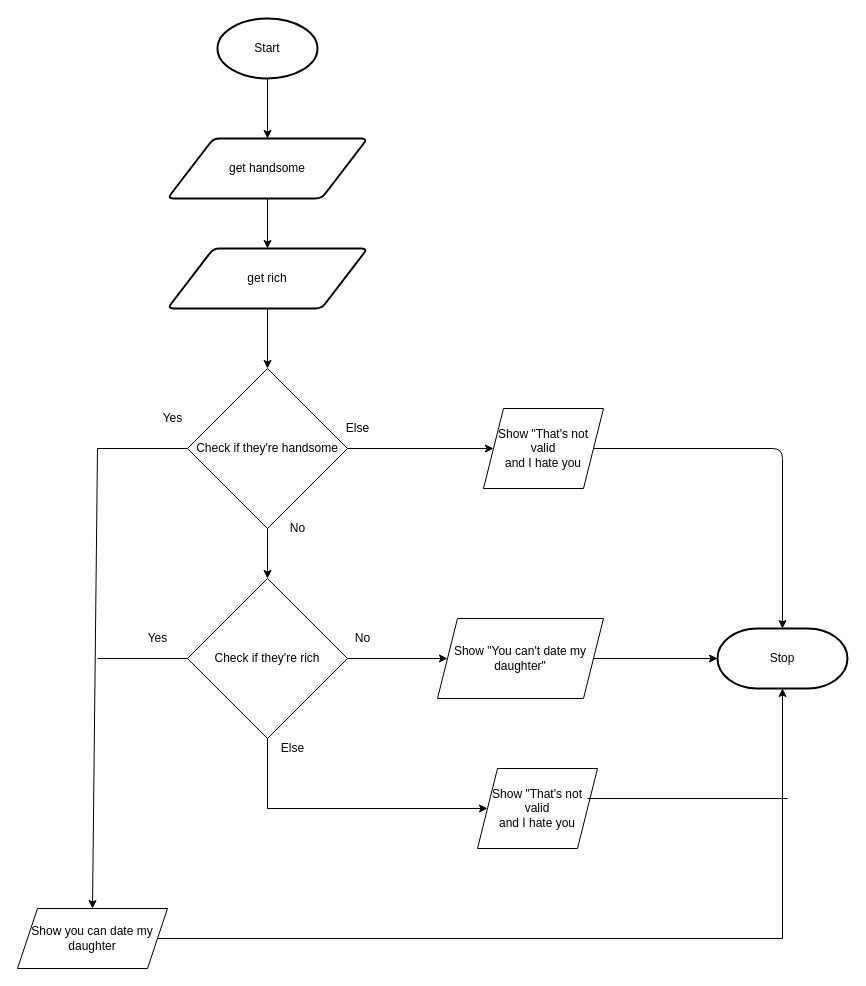
Above: flowchart.drawio in Ethan-Prieur1/ICS3U-Unit3-07-Python (draw.io), before the change. Source tidied: cells renumbered, new cells numbered last; positions are measured from the earlier drawing's top-left corner, leaving out a move shared by most shapes. Both pictures are drawn from the tidied source at 100%, with x=0, y=0 at pixel (17, 18).
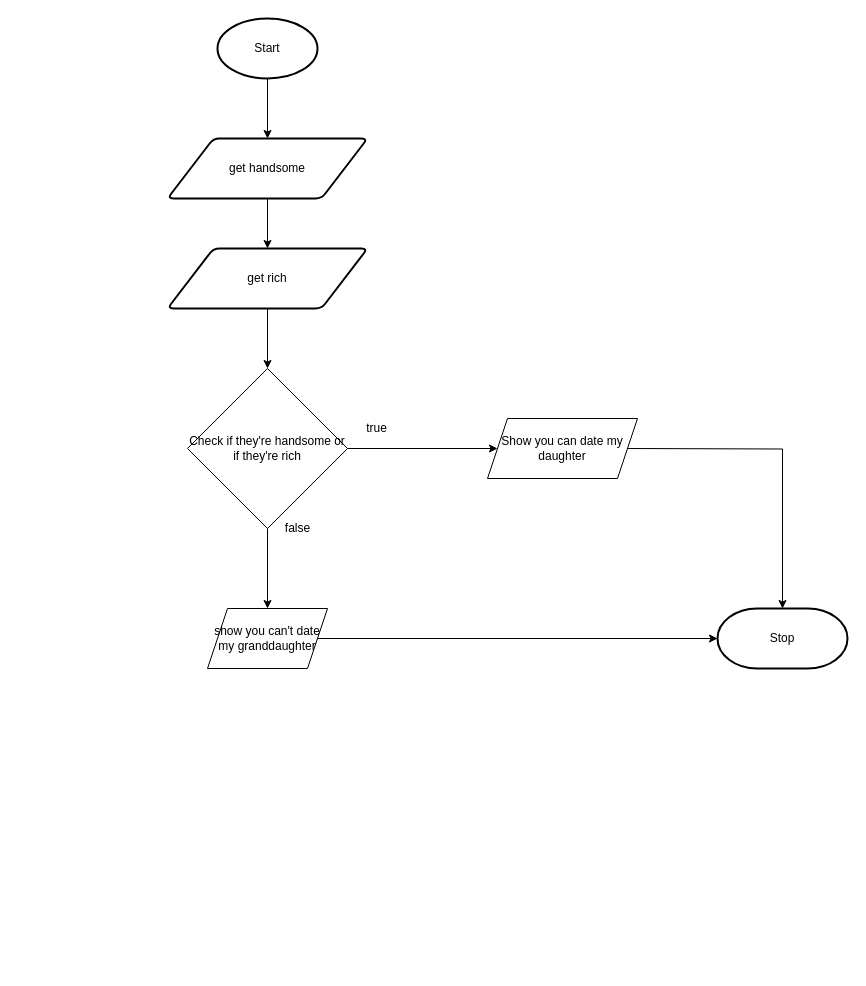
The same page after the edit.

Change to the diagram source:
```diff
@@
     <mxCell id="6" value="Stop" style="strokeWidth=2;html=1;shape=mxgraph.flowchart.terminator;whiteSpace=wrap;" parent="1" vertex="1">
-      <mxGeometry x="700" y="610" width="130" height="60" as="geometry" />
+      <mxGeometry x="700" y="590" width="130" height="60" as="geometry" />
     </mxCell>
@@
-    <mxCell id="9" style="edgeStyle=none;html=1;" parent="1" edge="1" source="11" target="14">
+    <mxCell id="9" style="edgeStyle=none;html=1;entryX=0.5;entryY=0;entryDx=0;entryDy=0;" parent="1" edge="1" source="11" target="30">
       <mxGeometry relative="1" as="geometry" />
     </mxCell>
-    <mxCell id="10" style="edgeStyle=none;html=1;" parent="1" edge="1" source="11" target="26">
-      <mxGeometry relative="1" as="geometry" />
+    <mxCell id="10" style="edgeStyle=none;html=1;" parent="1" edge="1" source="11">
+      <mxGeometry relative="1" as="geometry">
+        <mxPoint x="480" y="430" as="targetPoint" />
+      </mxGeometry>
     </mxCell>
-    <mxCell id="11" value="Check if they're handsome" style="rhombus;whiteSpace=wrap;html=1;" parent="1" vertex="1">
+    <mxCell id="11" value="Check if they're handsome or if they're rich" style="rhombus;whiteSpace=wrap;html=1;" parent="1" vertex="1">
       <mxGeometry x="170" y="350" width="160" height="160" as="geometry" />
     </mxCell>
-    <mxCell id="12" style="edgeStyle=none;html=1;" parent="1" edge="1" source="14" target="16">
-      <mxGeometry relative="1" as="geometry" />
-    </mxCell>
-    <mxCell id="13" style="edgeStyle=orthogonalEdgeStyle;html=1;exitX=0.5;exitY=1;exitDx=0;exitDy=0;entryX=0;entryY=0.5;entryDx=0;entryDy=0;rounded=0;" parent="1" edge="1" source="14" target="28">
-      <mxGeometry relative="1" as="geometry">
-        <Array as="points">
-          <mxPoint x="250" y="790" />
-        </Array>
-      </mxGeometry>
-    </mxCell>
-    <mxCell id="14" value="Check if they're rich" style="rhombus;whiteSpace=wrap;html=1;" parent="1" vertex="1">
-      <mxGeometry x="170" y="560" width="160" height="160" as="geometry" />
-    </mxCell>
-    <mxCell id="15" style="edgeStyle=none;html=1;" parent="1" edge="1" source="16" target="6">
-      <mxGeometry relative="1" as="geometry" />
-    </mxCell>
-    <mxCell id="16" value="Show &quot;You can't date my daughter&quot;" style="shape=parallelogram;perimeter=parallelogramPerimeter;whiteSpace=wrap;html=1;fixedSize=1;" parent="1" vertex="1">
-      <mxGeometry x="420" y="600" width="166" height="80" as="geometry" />
-    </mxCell>
-    <mxCell id="17" style="edgeStyle=orthogonalEdgeStyle;rounded=0;html=1;exitX=1;exitY=0.5;exitDx=0;exitDy=0;entryX=0.5;entryY=1;entryDx=0;entryDy=0;entryPerimeter=0;" parent="1" edge="1" source="18" target="6">
-      <mxGeometry relative="1" as="geometry" />
-    </mxCell>
     <mxCell id="18" value="Show you can date my daughter" style="shape=parallelogram;perimeter=parallelogramPerimeter;whiteSpace=wrap;html=1;fixedSize=1;" parent="1" vertex="1">
-      <mxGeometry y="890" width="150" height="60" as="geometry" />
+      <mxGeometry x="470" y="400" width="150" height="60" as="geometry" />
     </mxCell>
-    <mxCell id="19" style="endArrow=classic;html=1;rounded=0;exitX=0;exitY=0.5;exitDx=0;exitDy=0;entryX=0.5;entryY=0;entryDx=0;entryDy=0;" parent="1" edge="1" source="11" target="18">
-      <mxGeometry relative="1" as="geometry">
-        <Array as="points">
-          <mxPoint x="80" y="430" />
-        </Array>
-      </mxGeometry>
-    </mxCell>
-    <mxCell id="20" value="Yes" style="text;html=1;align=center;verticalAlign=middle;strokeColor=none;fillColor=none;" parent="1" vertex="1">
-      <mxGeometry x="135" y="390" width="40" height="20" as="geometry" />
+    <mxCell id="20" value="true" style="text;html=1;align=center;verticalAlign=middle;strokeColor=none;fillColor=none;" parent="1" vertex="1">
+      <mxGeometry x="339" y="400" width="40" height="20" as="geometry" />
     </mxCell>
-    <mxCell id="21" value="No" style="text;html=1;align=center;verticalAlign=middle;strokeColor=none;fillColor=none;" parent="1" vertex="1">
-      <mxGeometry x="265" y="500" width="30" height="20" as="geometry" />
+    <mxCell id="21" value="false" style="text;html=1;align=center;verticalAlign=middle;strokeColor=none;fillColor=none;" parent="1" vertex="1">
+      <mxGeometry x="260" y="500" width="40" height="20" as="geometry" />
     </mxCell>
-    <mxCell id="22" value="Yes" style="text;html=1;align=center;verticalAlign=middle;strokeColor=none;fillColor=none;" parent="1" vertex="1">
-      <mxGeometry x="120" y="610" width="40" height="20" as="geometry" />
-    </mxCell>
-    <mxCell id="23" value="No" style="text;html=1;align=center;verticalAlign=middle;strokeColor=none;fillColor=none;" parent="1" vertex="1">
-      <mxGeometry x="330" y="610" width="30" height="20" as="geometry" />
-    </mxCell>
-    <mxCell id="24" style="endArrow=none;html=1;exitX=0;exitY=0.5;exitDx=0;exitDy=0;" parent="1" edge="1" source="14">
-      <mxGeometry relative="1" as="geometry">
-        <mxPoint x="80" y="640" as="targetPoint" />
-      </mxGeometry>
-    </mxCell>
-    <mxCell id="25" style="edgeStyle=orthogonalEdgeStyle;html=1;exitX=1;exitY=0.5;exitDx=0;exitDy=0;entryX=0.5;entryY=0;entryDx=0;entryDy=0;entryPerimeter=0;" parent="1" edge="1" source="26" target="6">
-      <mxGeometry relative="1" as="geometry" />
+    <mxCell id="25" style="edgeStyle=orthogonalEdgeStyle;html=1;entryX=0.5;entryY=0;entryDx=0;entryDy=0;entryPerimeter=0;rounded=0;" parent="1" edge="1" target="6">
+      <mxGeometry relative="1" as="geometry">
+        <mxPoint x="610" y="430" as="sourcePoint" />
+      </mxGeometry>
     </mxCell>
-    <mxCell id="26" value="Show &quot;That's not &lt;br&gt;valid &lt;br&gt;and I hate you" style="shape=parallelogram;perimeter=parallelogramPerimeter;whiteSpace=wrap;html=1;fixedSize=1;" parent="1" vertex="1">
-      <mxGeometry x="466" y="390" width="120" height="80" as="geometry" />
-    </mxCell>
-    <mxCell id="27" value="Else" style="text;html=1;align=center;verticalAlign=middle;strokeColor=none;fillColor=none;" parent="1" vertex="1">
-      <mxGeometry x="320" y="400" width="40" height="20" as="geometry" />
-    </mxCell>
-    <mxCell id="28" value="Show &quot;That's not &lt;br&gt;valid &lt;br&gt;and I hate you" style="shape=parallelogram;perimeter=parallelogramPerimeter;whiteSpace=wrap;html=1;fixedSize=1;" parent="1" vertex="1">
-      <mxGeometry x="460" y="750" width="120" height="80" as="geometry" />
-    </mxCell>
-    <mxCell id="29" style="endArrow=none;html=1;rounded=0;" parent="1" edge="1">
-      <mxGeometry relative="1" as="geometry">
-        <mxPoint x="570" y="780" as="sourcePoint" />
-        <mxPoint x="770" y="780" as="targetPoint" />
-      </mxGeometry>
-    </mxCell>
-    <mxCell id="30" value="Else" style="text;html=1;align=center;verticalAlign=middle;points=[];strokeColor=none;fillColor=none;" parent="1" vertex="1">
-      <mxGeometry x="255" y="720" width="40" height="20" as="geometry" />
+    <mxCell id="30" value="show you can't date my granddaughter" style="shape=parallelogram;perimeter=parallelogramPerimeter;whiteSpace=wrap;html=1;fixedSize=1;" parent="1" vertex="1">
+      <mxGeometry x="190" y="590" width="120" height="60" as="geometry" />
     </mxCell>
+    <mxCell id="31" style="endArrow=classic;html=1;exitX=1;exitY=0.5;exitDx=0;exitDy=0;entryX=0;entryY=0.5;entryDx=0;entryDy=0;entryPerimeter=0;" parent="1" edge="1" source="30" target="6">
+      <mxGeometry relative="1" as="geometry" />
+    </mxCell>
```
